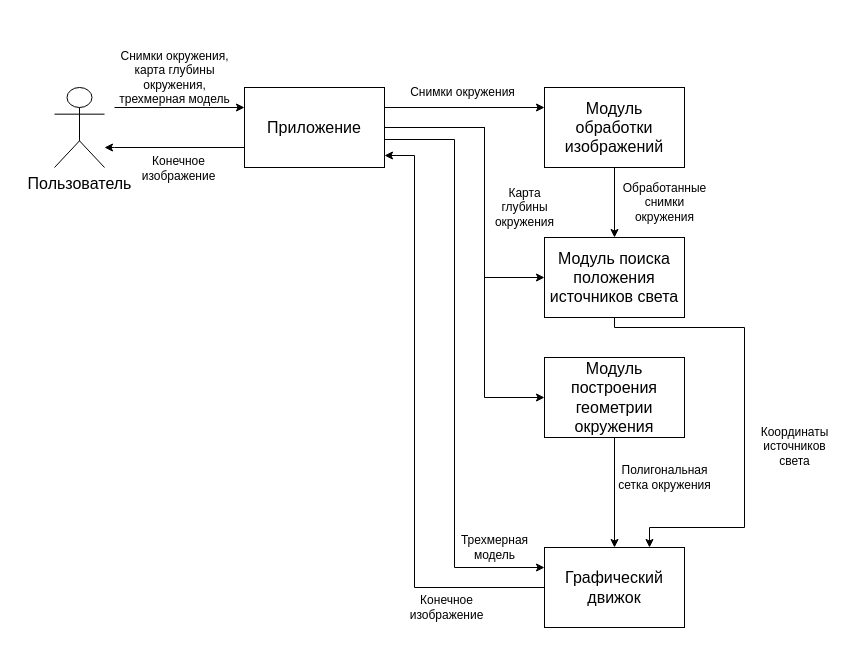
Before: docs/diploma/drawio/AppStructure.drawio in Yokud/bmstu_bachelors_diploma, a draw.io diagram. Source tidied: cells renumbered, new cells numbered last; positions are measured from the earlier drawing's top-left corner, leaving out a move shared by most shapes. Both pictures are drawn from the tidied source at 100%, with x=0, y=0 at pixel (54, 87).
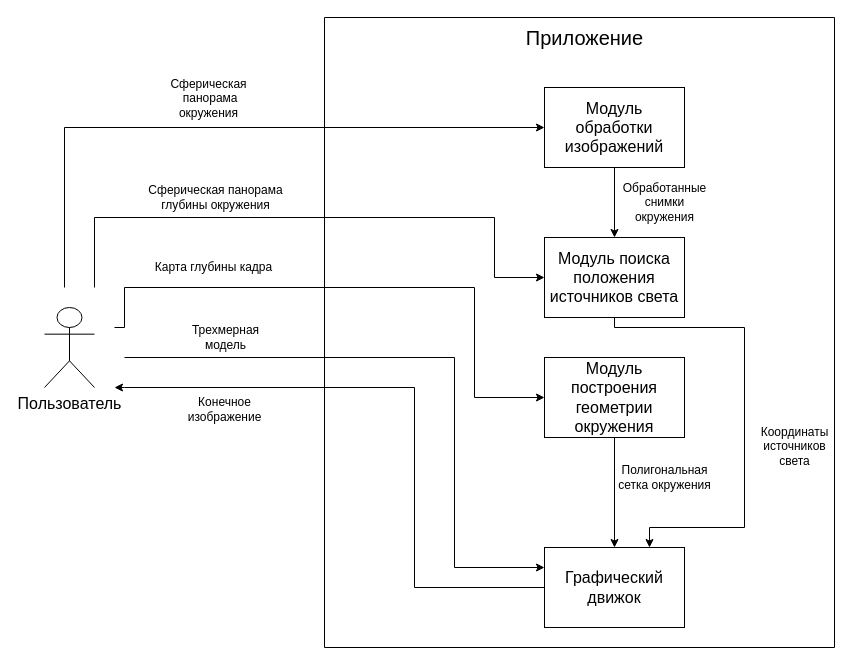
The same page after the edit.

The change refers to these unchanged cells:
```xml
<mxCell id="13" value="Модуль&lt;br&gt;обработки изображений" style="rounded=0;whiteSpace=wrap;html=1;fontSize=16;" parent="1" vertex="1">
  <mxGeometry x="490" width="140" height="80" as="geometry" />
</mxCell>
<mxCell id="15" value="Модуль поиска положения источников света" style="rounded=0;whiteSpace=wrap;html=1;fontSize=16;" parent="1" vertex="1">
  <mxGeometry x="490" y="150" width="140" height="80" as="geometry" />
</mxCell>
<mxCell id="17" value="Модуль построения геометрии окружения" style="rounded=0;whiteSpace=wrap;html=1;fontSize=16;" parent="1" vertex="1">
  <mxGeometry x="490" y="270" width="140" height="80" as="geometry" />
</mxCell>
<mxCell id="19" value="Графический&lt;br style=&quot;font-size: 16px;&quot;&gt;движок" style="rounded=0;whiteSpace=wrap;html=1;fontSize=16;" parent="1" vertex="1">
  <mxGeometry x="490" y="460" width="140" height="80" as="geometry" />
</mxCell>
```

What changed in the source:
```diff
@@
     <mxCell id="2" value="Пользователь" style="shape=umlActor;verticalLabelPosition=bottom;verticalAlign=top;html=1;fontSize=16;" parent="1" vertex="1">
-      <mxGeometry width="50" height="80" as="geometry" />
+      <mxGeometry x="-10" y="220" width="50" height="80" as="geometry" />
     </mxCell>
-    <mxCell id="3" style="edgeStyle=orthogonalEdgeStyle;rounded=0;jettySize=auto;html=1;exitX=0;exitY=0.75;exitDx=0;exitDy=0;" parent="1" edge="1" source="10">
-      <mxGeometry relative="1" as="geometry">
-        <mxPoint x="50" y="60" as="targetPoint" />
-        <Array as="points">
-          <mxPoint x="60" y="60" />
-        </Array>
-      </mxGeometry>
-    </mxCell>
-    <mxCell id="4" value="Конечное&lt;br style=&quot;border-color: var(--border-color); font-size: 12px;&quot;&gt;&lt;span style=&quot;font-size: 12px;&quot;&gt;изображение&lt;/span&gt;" style="edgeLabel;html=1;align=center;verticalAlign=middle;fontSize=12;" parent="3" vertex="1">
-      <mxGeometry x="0.25" y="3" relative="1" as="geometry">
-        <mxPoint x="21" y="17" as="offset" />
-      </mxGeometry>
-    </mxCell>
-    <mxCell id="5" style="edgeStyle=orthogonalEdgeStyle;rounded=0;jettySize=auto;html=1;exitX=1;exitY=0.25;exitDx=0;exitDy=0;entryX=0;entryY=0.25;entryDx=0;entryDy=0;" parent="1" edge="1" source="10" target="13">
-      <mxGeometry relative="1" as="geometry" />
+    <mxCell id="5" style="edgeStyle=orthogonalEdgeStyle;rounded=0;jettySize=auto;html=1;entryX=0;entryY=0.5;entryDx=0;entryDy=0;" parent="1" edge="1" target="13">
+      <mxGeometry relative="1" as="geometry">
+        <mxPoint x="10" y="200" as="sourcePoint" />
+        <Array as="points">
+          <mxPoint x="10" y="40" />
+        </Array>
+      </mxGeometry>
     </mxCell>
-    <mxCell id="6" value="Снимки окружения" style="edgeLabel;html=1;align=center;verticalAlign=middle;fontSize=12;" parent="5" vertex="1">
+    <mxCell id="6" value="Сферическая&lt;br&gt;&amp;nbsp;панорама &lt;br&gt;окружения" style="edgeLabel;html=1;align=center;verticalAlign=middle;fontSize=12;" parent="5" vertex="1">
       <mxGeometry x="-0.15" y="2" relative="1" as="geometry">
-        <mxPoint x="9" y="-13" as="offset" />
+        <mxPoint x="31" y="-28" as="offset" />
       </mxGeometry>
     </mxCell>
-    <mxCell id="7" value="Трехмерная&lt;br style=&quot;font-size: 12px;&quot;&gt;модель" style="edgeStyle=orthogonalEdgeStyle;rounded=0;jettySize=auto;html=1;exitX=0.993;exitY=0.65;exitDx=0;exitDy=0;entryX=0;entryY=0.25;entryDx=0;entryDy=0;fontSize=12;exitPerimeter=0;" parent="1" edge="1" source="10" target="19">
-      <mxGeometry x="0.83" y="20" relative="1" as="geometry">
+    <mxCell id="7" value="Трехмерная&lt;br style=&quot;font-size: 12px;&quot;&gt;модель" style="edgeStyle=orthogonalEdgeStyle;rounded=0;jettySize=auto;html=1;entryX=0;entryY=0.25;entryDx=0;entryDy=0;fontSize=12;" parent="1" edge="1" target="19">
+      <mxGeometry x="-0.68" y="20" relative="1" as="geometry">
+        <mxPoint x="70" y="270" as="sourcePoint" />
         <Array as="points">
-          <mxPoint x="400" y="52" />
+          <mxPoint x="70" y="270" />
+          <mxPoint x="400" y="270" />
           <mxPoint x="400" y="480" />
         </Array>
       </mxGeometry>
     </mxCell>
-    <mxCell id="8" value="Карта&lt;br style=&quot;font-size: 12px;&quot;&gt;глубины&lt;br style=&quot;font-size: 12px;&quot;&gt;окружения" style="edgeStyle=orthogonalEdgeStyle;rounded=0;jettySize=auto;html=1;exitX=1;exitY=0.5;exitDx=0;exitDy=0;entryX=0;entryY=0.5;entryDx=0;entryDy=0;fontSize=12;" parent="1" edge="1" source="10" target="15">
-      <mxGeometry x="0.16" y="40" relative="1" as="geometry">
+    <mxCell id="8" value="Сферическая панорама &lt;br&gt;глубины окружения" style="edgeStyle=orthogonalEdgeStyle;rounded=0;jettySize=auto;html=1;entryX=0;entryY=0.5;entryDx=0;entryDy=0;fontSize=12;" parent="1" edge="1" target="15">
+      <mxGeometry x="-0.34" y="20" relative="1" as="geometry">
+        <mxPoint x="40" y="200" as="sourcePoint" />
         <Array as="points">
-          <mxPoint x="430" y="40" />
-          <mxPoint x="430" y="190" />
+          <mxPoint x="40" y="130" />
+          <mxPoint x="440" y="130" />
+          <mxPoint x="440" y="190" />
         </Array>
       </mxGeometry>
     </mxCell>
-    <mxCell id="9" style="edgeStyle=orthogonalEdgeStyle;rounded=0;jettySize=auto;html=1;exitX=1;exitY=0.5;exitDx=0;exitDy=0;entryX=0;entryY=0.5;entryDx=0;entryDy=0;" parent="1" edge="1" source="10" target="17">
-      <mxGeometry relative="1" as="geometry">
+    <mxCell id="9" value="&lt;font style=&quot;font-size: 12px;&quot;&gt;Карта глубины кадра&lt;/font&gt;" style="edgeStyle=orthogonalEdgeStyle;rounded=0;jettySize=auto;html=1;entryX=0;entryY=0.5;entryDx=0;entryDy=0;" parent="1" edge="1" target="17">
+      <mxGeometry x="-0.52" y="20" relative="1" as="geometry">
+        <mxPoint x="60" y="240" as="sourcePoint" />
         <Array as="points">
-          <mxPoint x="430" y="40" />
-          <mxPoint x="430" y="310" />
+          <mxPoint x="70" y="240" />
+          <mxPoint x="70" y="200" />
+          <mxPoint x="420" y="200" />
+          <mxPoint x="420" y="310" />
         </Array>
       </mxGeometry>
     </mxCell>
-    <mxCell id="10" value="Приложение" style="rounded=0;whiteSpace=wrap;html=1;fontSize=16;" parent="1" vertex="1">
-      <mxGeometry x="190" width="140" height="80" as="geometry" />
-    </mxCell>
-    <mxCell id="11" value="Снимки окружения,&lt;br&gt;карта глубины &lt;br&gt;окружения,&lt;br style=&quot;font-size: 12px;&quot;&gt;трехмерная модель" style="endArrow=classic;html=1;rounded=0;entryX=0;entryY=0.25;entryDx=0;entryDy=0;fontSize=12;" parent="1" edge="1" target="10">
-      <mxGeometry x="-0.08" y="30" relative="1" as="geometry">
-        <mxPoint x="60" y="20" as="sourcePoint" />
-      </mxGeometry>
-    </mxCell>
@@
-    <mxCell id="18" value="Конечное&lt;br style=&quot;font-size: 12px;&quot;&gt;изображение" style="edgeStyle=orthogonalEdgeStyle;rounded=0;jettySize=auto;html=1;exitX=0;exitY=0.5;exitDx=0;exitDy=0;entryX=1;entryY=0.85;entryDx=0;entryDy=0;fontSize=12;entryPerimeter=0;" parent="1" edge="1" source="19" target="10">
-      <mxGeometry x="-0.67" y="20" relative="1" as="geometry">
+    <mxCell id="18" value="Конечное&lt;br style=&quot;font-size: 12px;&quot;&gt;изображение" style="edgeStyle=orthogonalEdgeStyle;rounded=0;jettySize=auto;html=1;exitX=0;exitY=0.5;exitDx=0;exitDy=0;fontSize=12;" parent="1" edge="1" source="19">
+      <mxGeometry x="0.65" y="22" relative="1" as="geometry">
+        <mxPoint x="60" y="300" as="targetPoint" />
         <Array as="points">
           <mxPoint x="360" y="500" />
-          <mxPoint x="360" y="68" />
+          <mxPoint x="360" y="300" />
+          <mxPoint x="70" y="300" />
         </Array>
       </mxGeometry>
     </mxCell>
@@
+    <mxCell id="20" style="swimlane;startSize=0;" parent="1" vertex="1">
+      <mxGeometry x="270" y="-70" width="510" height="630" as="geometry" />
+    </mxCell>
+    <mxCell id="10" value="&lt;font style=&quot;font-size: 20px;&quot;&gt;Приложение&lt;/font&gt;" style="text;html=1;align=center;verticalAlign=middle;points=[];strokeColor=none;fillColor=none;" parent="20" vertex="1">
+      <mxGeometry x="190" width="140" height="40" as="geometry" />
+    </mxCell>
```
